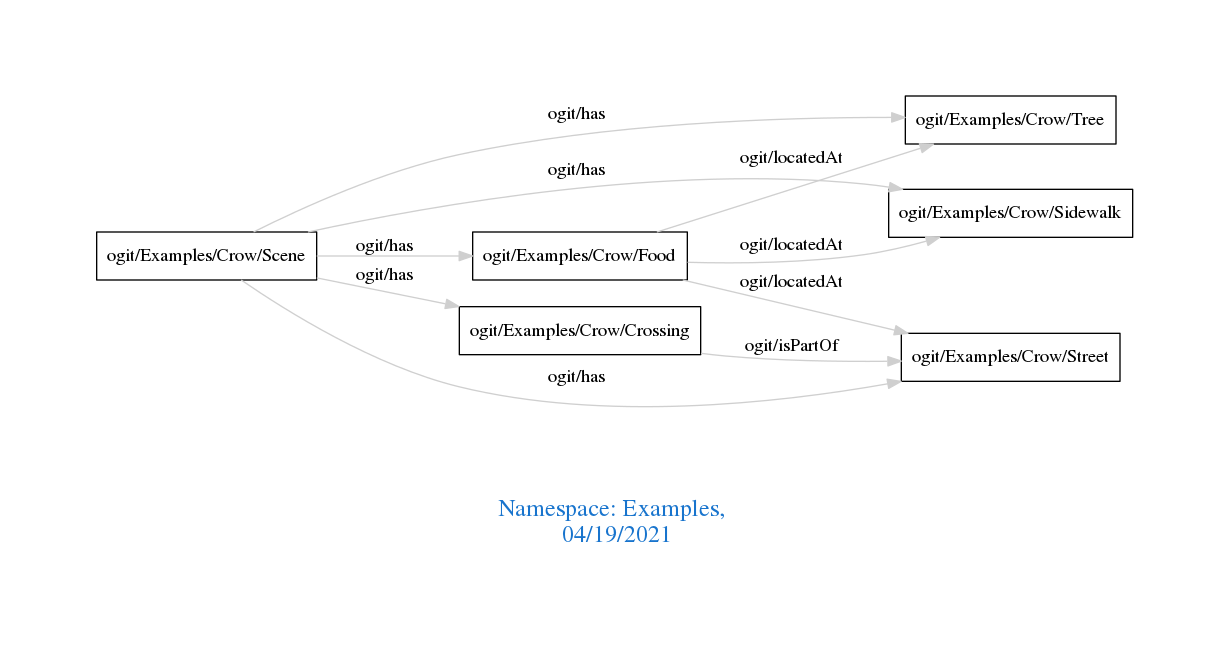
Before: downloads/Examples.png, a diagram exported from Graphviz (arago/OGIT). Its source is kept beside it as downloads/Examples.dot.
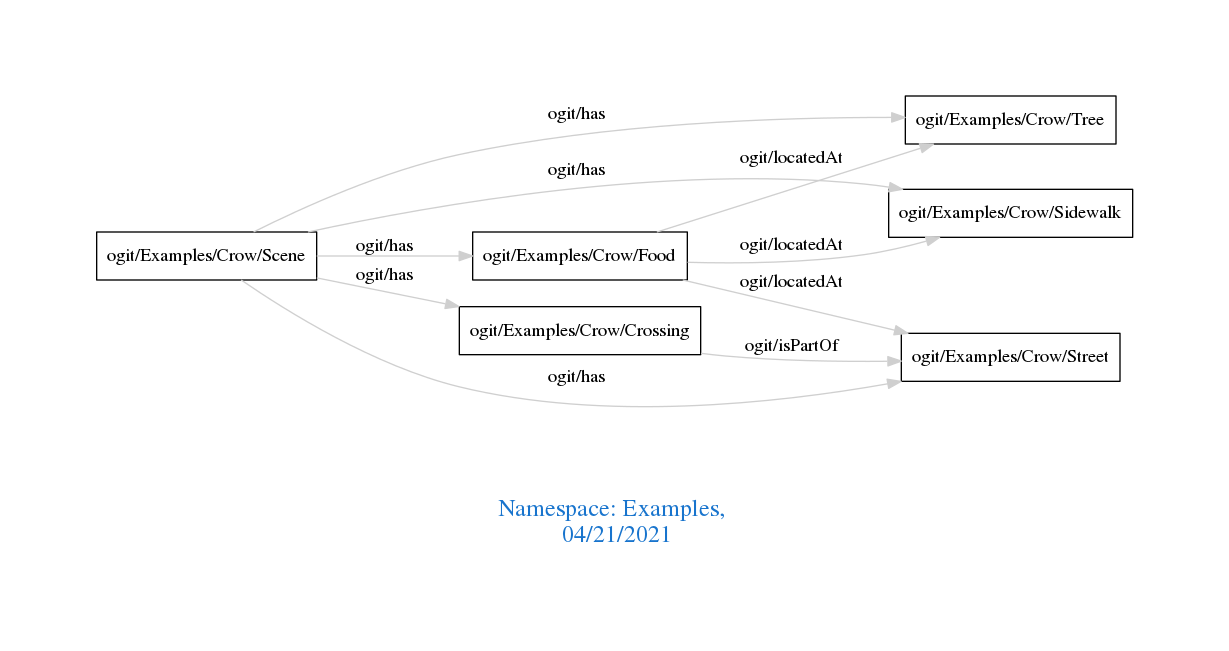
After the change.

What changed in the source:
```diff
@@ -1,7 +1,7 @@
 digraph OGIT_ontology {
  graph [ rankdir= LR,pad=1
 fontsize = 18,
-fontcolor= dodgerblue3,label = "\n\n\nNamespace: Examples, \n 04/19/2021"];
+fontcolor= dodgerblue3,label = "\n\n\nNamespace: Examples, \n 04/21/2021"];
 node[shape=polygon];
 edge [  color="gray81"];
 
```
